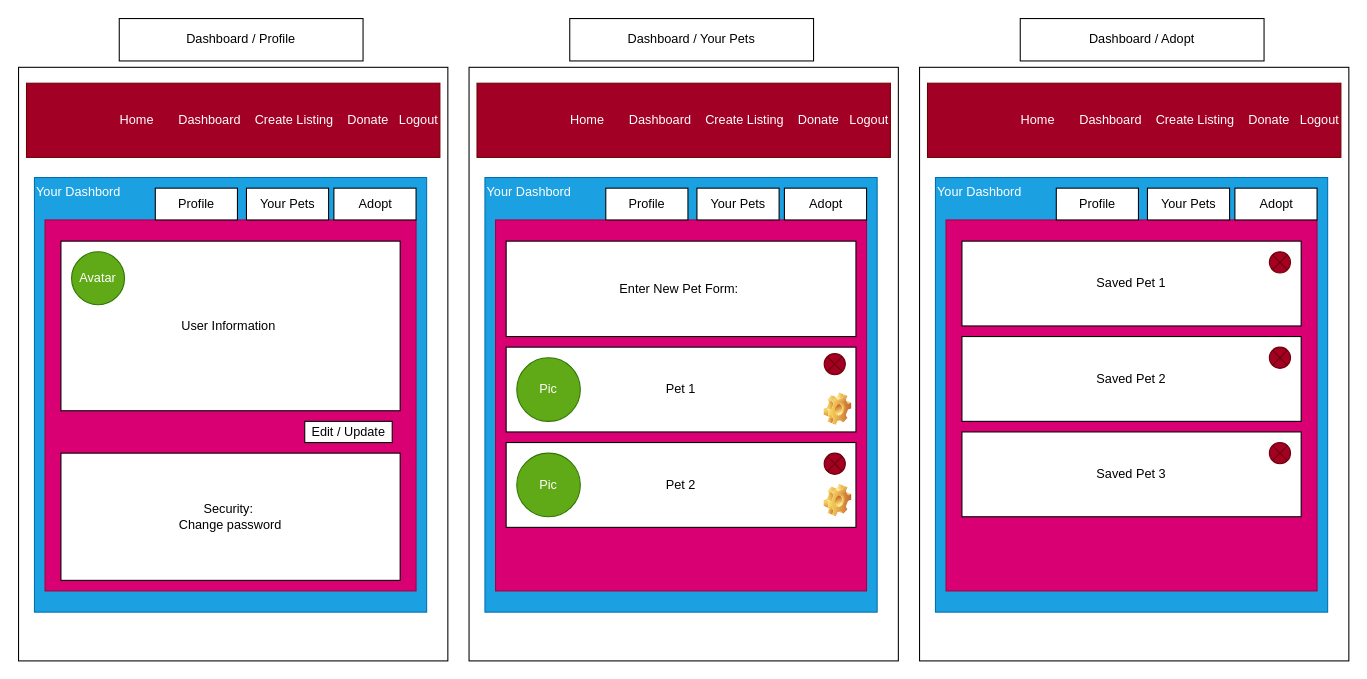
Before: page "Dashboard" (2 of 3) of .drawio in youssefkaroui/pets-spot, a draw.io diagram. Source tidied: cells renumbered, new cells numbered last; positions are measured from the earlier drawing's top-left corner, leaving out a move shared by most shapes. Both pictures are drawn from the tidied source at 106%, with x=0, y=0 at pixel (18, 18).
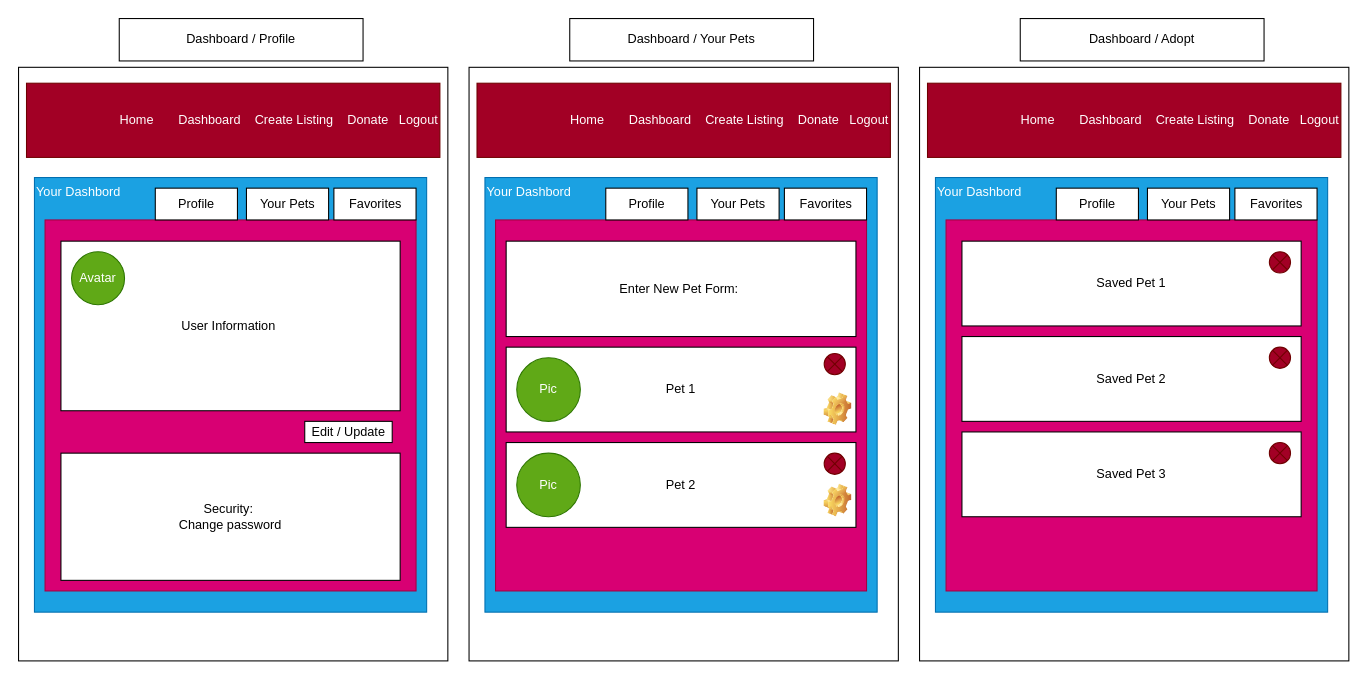
The same page after the edit.

Change to the diagram source:
```diff
@@
-    <mxCell id="9" value="Adopt" style="rounded=0;whiteSpace=wrap;html=1;" parent="1" vertex="1">
+    <mxCell id="9" value="Favorites" style="rounded=0;whiteSpace=wrap;html=1;" parent="1" vertex="1">
       <mxGeometry x="722.5" y="160" width="77.5" height="30" as="geometry" />
     </mxCell>
@@
-    <mxCell id="17" value="Adopt" style="rounded=0;whiteSpace=wrap;html=1;" parent="1" vertex="1">
+    <mxCell id="17" value="Favorites" style="rounded=0;whiteSpace=wrap;html=1;" parent="1" vertex="1">
       <mxGeometry x="297.5" y="160" width="77.5" height="30" as="geometry" />
     </mxCell>
@@
-    <mxCell id="25" value="Adopt" style="rounded=0;whiteSpace=wrap;html=1;" parent="1" vertex="1">
+    <mxCell id="25" value="Favorites" style="rounded=0;whiteSpace=wrap;html=1;" parent="1" vertex="1">
       <mxGeometry x="1147.5" y="160" width="77.5" height="30" as="geometry" />
     </mxCell>
```
